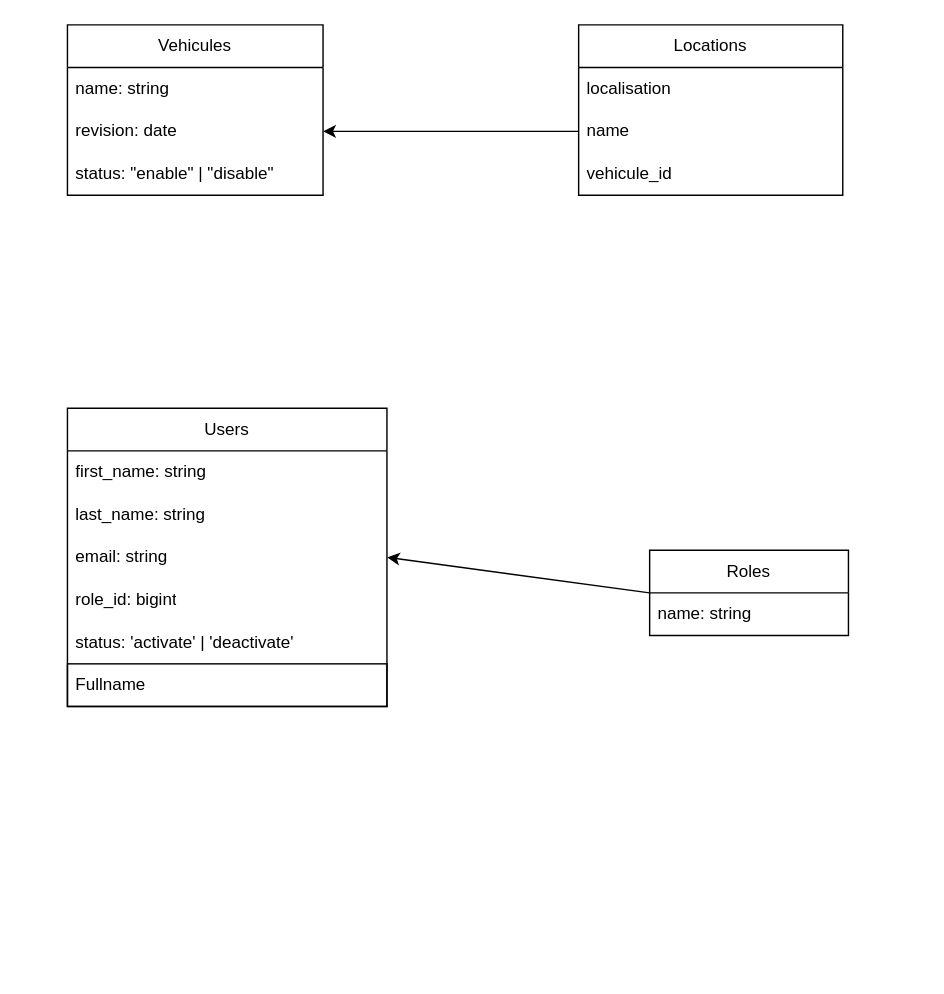
Lokki68/securiparc_uml keeps this draw.io diagram as entities.drawio. Above is the earlier version. Source tidied: cells renumbered, new cells numbered last; positions are measured from the earlier drawing's top-left corner, leaving out a move shared by most shapes. Both pictures are drawn from the tidied source at 142%, with x=0, y=0 at pixel (67, 24).
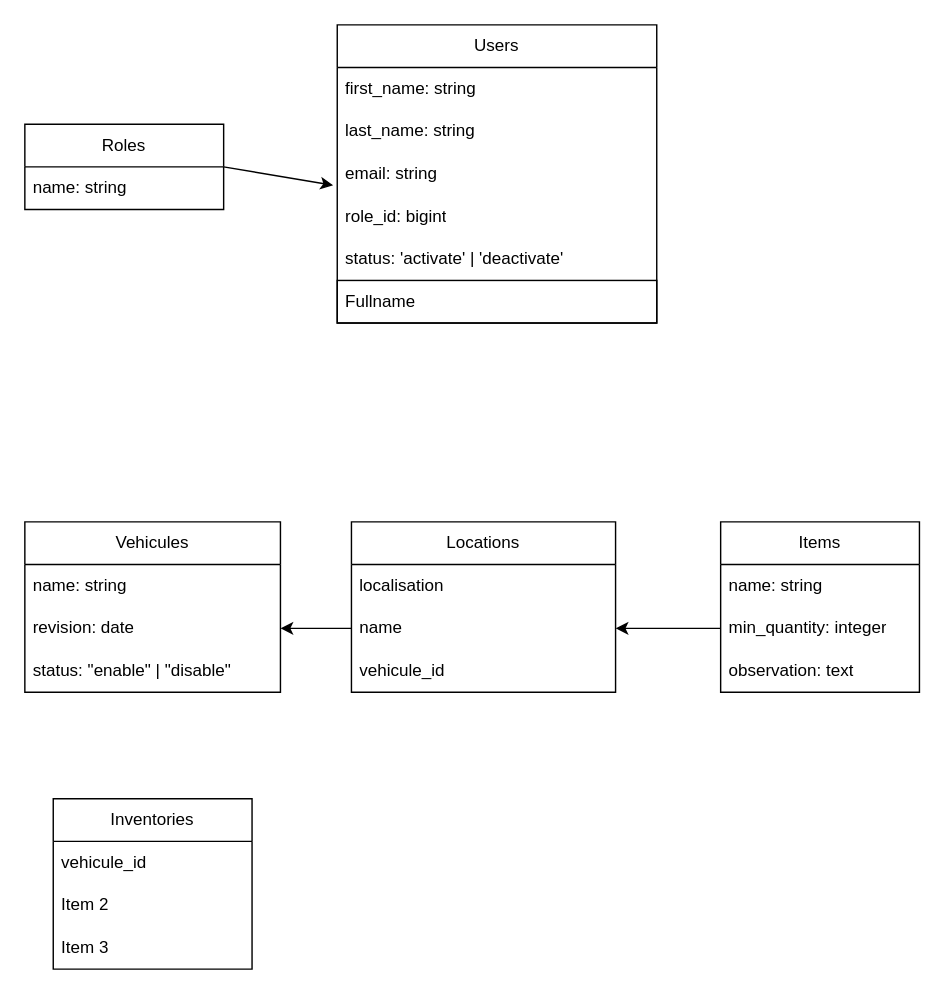
After the change.

Commit message:
Mettre à jour le diagramme Draw.io pour ajuster la position des entités et ajouter de nouvelles entités pour les Inventaires et les Items.

The change refers to these unchanged cells:
```xml
<mxCell id="8" value="name" style="text;strokeColor=none;fillColor=none;align=left;verticalAlign=middle;spacingLeft=4;spacingRight=4;overflow=hidden;points=[[0,0.5],[1,0.5]];portConstraint=eastwest;whiteSpace=wrap;html=1;" parent="6" vertex="1">
  <mxGeometry y="60" width="186" height="30" as="geometry" />
</mxCell>
<mxCell id="13" value="email: string" style="text;strokeColor=none;fillColor=none;align=left;verticalAlign=middle;spacingLeft=4;spacingRight=4;overflow=hidden;points=[[0,0.5],[1,0.5]];portConstraint=eastwest;whiteSpace=wrap;html=1;" parent="10" vertex="1">
  <mxGeometry y="90" width="225" height="30" as="geometry" />
</mxCell>
```

Change to the diagram source:
```diff
@@
     <mxCell id="2" value="Vehicules" style="swimlane;fontStyle=0;horizontal=1;startSize=30;whiteSpace=wrap;html=1;" parent="1" vertex="1">
-      <mxGeometry width="180" height="120" as="geometry" />
+      <mxGeometry x="-30" y="350" width="180" height="120" as="geometry" />
     </mxCell>
@@
     <mxCell id="6" value="Locations" style="swimlane;fontStyle=0;horizontal=1;startSize=30;whiteSpace=wrap;html=1;" parent="1" vertex="1">
-      <mxGeometry x="360" width="186" height="120" as="geometry" />
+      <mxGeometry x="200" y="350" width="186" height="120" as="geometry" />
     </mxCell>
@@
     <mxCell id="10" value="Users" style="swimlane;fontStyle=0;horizontal=1;startSize=30;whiteSpace=wrap;html=1;" parent="1" vertex="1">
-      <mxGeometry y="270" width="225" height="210" as="geometry" />
+      <mxGeometry x="190" width="225" height="210" as="geometry" />
     </mxCell>
@@
+    <mxCell id="19" style="edgeStyle=none;html=1;exitX=1;exitY=0.5;exitDx=0;exitDy=0;entryX=-0.013;entryY=0.767;entryDx=0;entryDy=0;entryPerimeter=0;" parent="1" edge="1" source="17" target="13">
+      <mxGeometry relative="1" as="geometry" />
+    </mxCell>
     <mxCell id="17" value="Roles" style="swimlane;fontStyle=0;horizontal=1;startSize=30;whiteSpace=wrap;html=1;" parent="1" vertex="1">
-      <mxGeometry x="410" y="370" width="140" height="60" as="geometry" />
+      <mxGeometry x="-30" y="70" width="140" height="60" as="geometry" />
     </mxCell>
@@
-    <mxCell id="19" style="endArrow=classic;html=1;exitX=0;exitY=0.5;exitDx=0;exitDy=0;entryX=1;entryY=0.5;entryDx=0;entryDy=0;" parent="1" edge="1" source="17" target="13">
-      <mxGeometry relative="1" as="geometry" />
-    </mxCell>
@@
+    <mxCell id="21" value="Items" style="swimlane;fontStyle=0;horizontal=1;startSize=30;whiteSpace=wrap;html=1;" parent="1" vertex="1">
+      <mxGeometry x="460" y="350" width="140" height="120" as="geometry" />
+    </mxCell>
+    <mxCell id="22" value="name: string" style="text;strokeColor=none;fillColor=none;align=left;verticalAlign=middle;spacingLeft=4;spacingRight=4;overflow=hidden;whiteSpace=wrap;html=1;" parent="21" vertex="1">
+      <mxGeometry y="30" width="140" height="30" as="geometry" />
+    </mxCell>
+    <mxCell id="23" value="min_quantity: integer" style="text;strokeColor=none;fillColor=none;align=left;verticalAlign=middle;spacingLeft=4;spacingRight=4;overflow=hidden;points=[[0,0.5],[1,0.5]];portConstraint=eastwest;whiteSpace=wrap;html=1;" parent="21" vertex="1">
+      <mxGeometry y="60" width="140" height="30" as="geometry" />
+    </mxCell>
+    <mxCell id="24" value="observation: text" style="text;strokeColor=none;fillColor=none;align=left;verticalAlign=middle;spacingLeft=4;spacingRight=4;overflow=hidden;whiteSpace=wrap;html=1;" parent="21" vertex="1">
+      <mxGeometry y="90" width="140" height="30" as="geometry" />
+    </mxCell>
+    <mxCell id="25" style="edgeStyle=none;html=1;exitX=0;exitY=0.5;exitDx=0;exitDy=0;entryX=1;entryY=0.5;entryDx=0;entryDy=0;" parent="1" edge="1" source="23" target="8">
+      <mxGeometry relative="1" as="geometry" />
+    </mxCell>
+    <mxCell id="26" value="Inventories" style="swimlane;fontStyle=0;horizontal=1;startSize=30;whiteSpace=wrap;html=1;" parent="1" vertex="1">
+      <mxGeometry x="-10" y="545" width="140" height="120" as="geometry" />
+    </mxCell>
+    <mxCell id="27" value="vehicule_id" style="text;strokeColor=none;fillColor=none;align=left;verticalAlign=middle;spacingLeft=4;spacingRight=4;overflow=hidden;whiteSpace=wrap;html=1;" parent="26" vertex="1">
+      <mxGeometry y="30" width="140" height="30" as="geometry" />
+    </mxCell>
+    <mxCell id="28" value="Item 2" style="text;strokeColor=none;fillColor=none;align=left;verticalAlign=middle;spacingLeft=4;spacingRight=4;overflow=hidden;whiteSpace=wrap;html=1;" parent="26" vertex="1">
+      <mxGeometry y="60" width="140" height="30" as="geometry" />
+    </mxCell>
+    <mxCell id="29" value="Item 3" style="text;strokeColor=none;fillColor=none;align=left;verticalAlign=middle;spacingLeft=4;spacingRight=4;overflow=hidden;whiteSpace=wrap;html=1;" parent="26" vertex="1">
+      <mxGeometry y="90" width="140" height="30" as="geometry" />
+    </mxCell>
```
